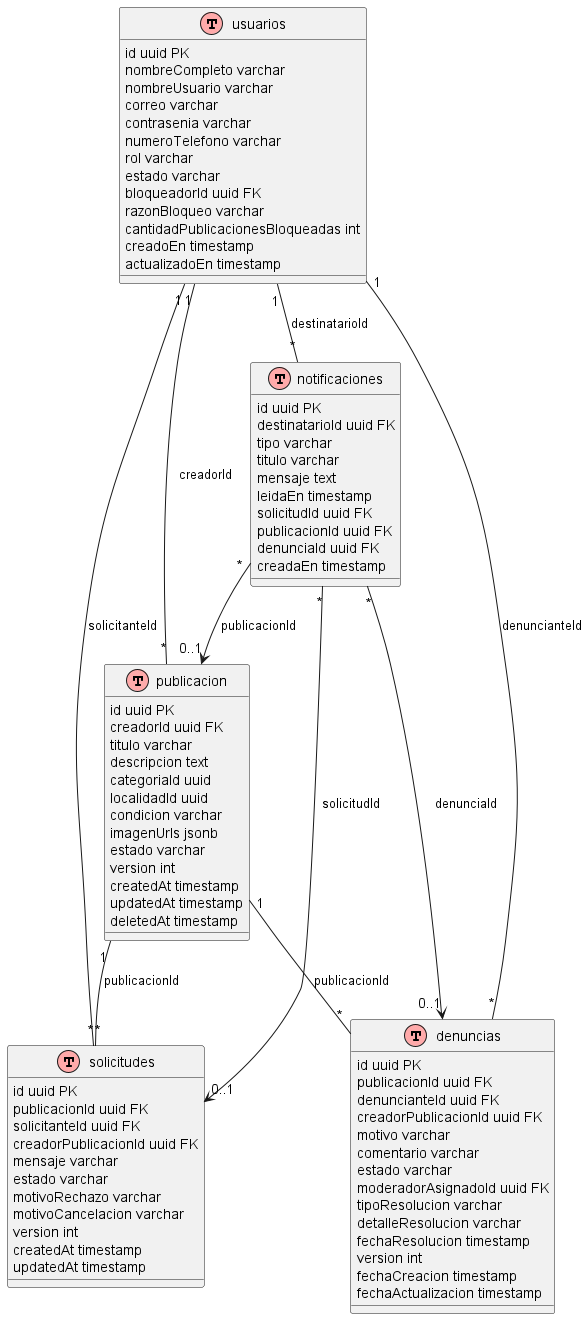
Earlier version of the PlantUML export documentacion/der_base_datos.png (FrancoLuduena-dev/Pagina-web-de-donaciones). Source of this version:
```plantuml
@startuml
!define TABLE(x) class x << (T,#FFAAAA) >>

TABLE(usuarios) {
  id uuid PK
  nombreCompleto varchar
  nombreUsuario varchar
  correo varchar
  contrasenia varchar
  numeroTelefono varchar
  rol varchar
  estado varchar
  bloqueadorId uuid FK
  razonBloqueo varchar
  cantidadPublicacionesBloqueadas int
  creadoEn timestamp
  actualizadoEn timestamp
}

TABLE(publicacion) {
  id uuid PK
  creadorId uuid FK
  titulo varchar
  descripcion text
  categoriaId uuid
  localidadId uuid
  condicion varchar
  imagenUrls jsonb
  estado varchar
  version int
  createdAt timestamp
  updatedAt timestamp
  deletedAt timestamp
}

TABLE(solicitudes) {
  id uuid PK
  publicacionId uuid FK
  solicitanteId uuid FK
  creadorPublicacionId uuid FK
  mensaje varchar
  estado varchar
  motivoRechazo varchar
  motivoCancelacion varchar
  version int
  createdAt timestamp
  updatedAt timestamp
}

TABLE(denuncias) {
  id uuid PK
  publicacionId uuid FK
  denuncianteId uuid FK
  creadorPublicacionId uuid FK
  motivo varchar
  comentario varchar
  estado varchar
  moderadorAsignadoId uuid FK
  tipoResolucion varchar
  detalleResolucion varchar
  fechaResolucion timestamp
  version int
  fechaCreacion timestamp
  fechaActualizacion timestamp
}

TABLE(notificaciones) {
  id uuid PK
  destinatarioId uuid FK
  tipo varchar
  titulo varchar
  mensaje text
  leidaEn timestamp
  solicitudId uuid FK
  publicacionId uuid FK
  denunciaId uuid FK
  creadaEn timestamp
}

usuarios "1" -- "*" publicacion : creadorId
publicacion "1" -- "*" solicitudes : publicacionId
publicacion "1" -- "*" denuncias : publicacionId
usuarios "1" -- "*" solicitudes : solicitanteId
usuarios "1" -- "*" denuncias : denuncianteId
usuarios "1" -- "*" notificaciones : destinatarioId
notificaciones "*" --> "0..1" solicitudes : solicitudId
notificaciones "*" --> "0..1" publicacion : publicacionId
notificaciones "*" --> "0..1" denuncias : denunciaId

@enduml
```
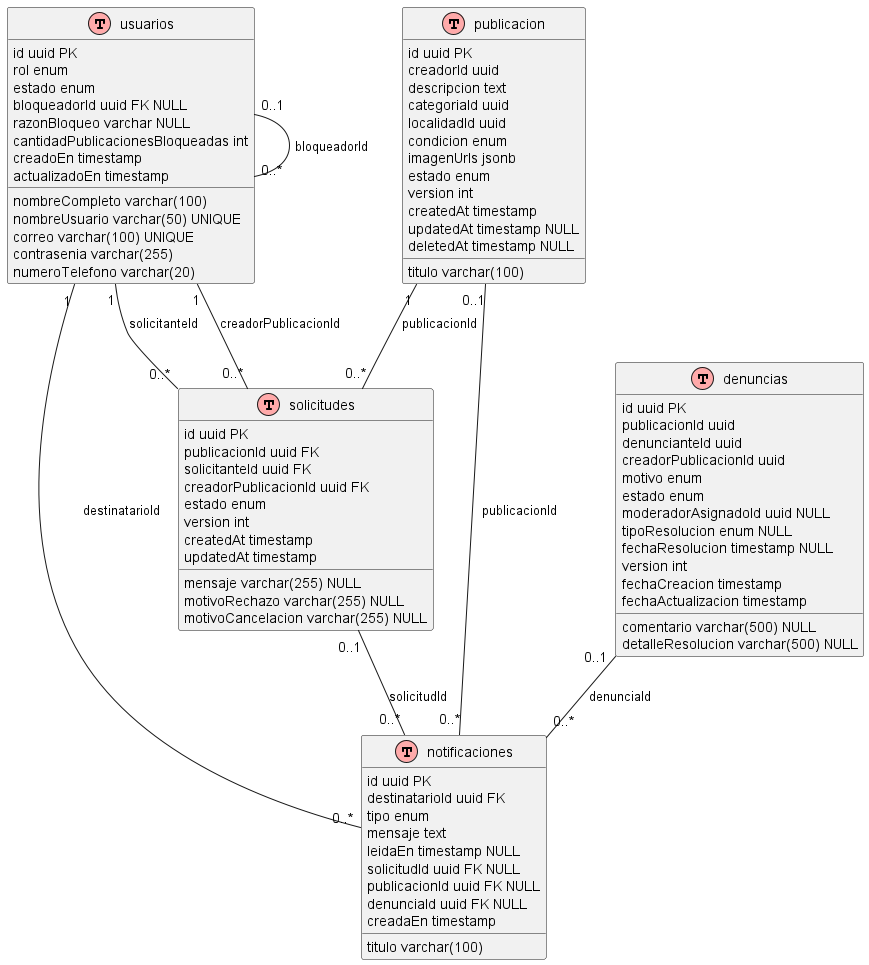
The same file after the commit.

Diff of the diagram source:
```diff
@@ -3,15 +3,15 @@
 
 TABLE(usuarios) {
   id uuid PK
-  nombreCompleto varchar
-  nombreUsuario varchar
-  correo varchar
-  contrasenia varchar
-  numeroTelefono varchar
-  rol varchar
-  estado varchar
-  bloqueadorId uuid FK
-  razonBloqueo varchar
+  nombreCompleto varchar(100)
+  nombreUsuario varchar(50) UNIQUE
+  correo varchar(100) UNIQUE
+  contrasenia varchar(255)
+  numeroTelefono varchar(20)
+  rol enum
+  estado enum
+  bloqueadorId uuid FK NULL
+  razonBloqueo varchar NULL
   cantidadPublicacionesBloqueadas int
   creadoEn timestamp
   actualizadoEn timestamp
@@ -19,18 +19,18 @@
 
 TABLE(publicacion) {
   id uuid PK
-  creadorId uuid FK
-  titulo varchar
+  creadorId uuid
+  titulo varchar(100)
   descripcion text
   categoriaId uuid
   localidadId uuid
-  condicion varchar
+  condicion enum
   imagenUrls jsonb
-  estado varchar
+  estado enum
   version int
   createdAt timestamp
-  updatedAt timestamp
-  deletedAt timestamp
+  updatedAt timestamp NULL
+  deletedAt timestamp NULL
 }
 
 TABLE(solicitudes) {
@@ -38,10 +38,10 @@
   publicacionId uuid FK
   solicitanteId uuid FK
   creadorPublicacionId uuid FK
-  mensaje varchar
-  estado varchar
-  motivoRechazo varchar
-  motivoCancelacion varchar
+  mensaje varchar(255) NULL
+  estado enum
+  motivoRechazo varchar(255) NULL
+  motivoCancelacion varchar(255) NULL
   version int
   createdAt timestamp
   updatedAt timestamp
@@ -49,16 +49,16 @@
 
 TABLE(denuncias) {
   id uuid PK
-  publicacionId uuid FK
-  denuncianteId uuid FK
-  creadorPublicacionId uuid FK
-  motivo varchar
-  comentario varchar
-  estado varchar
-  moderadorAsignadoId uuid FK
-  tipoResolucion varchar
-  detalleResolucion varchar
-  fechaResolucion timestamp
+  publicacionId uuid
+  denuncianteId uuid
+  creadorPublicacionId uuid
+  motivo enum
+  comentario varchar(500) NULL
+  estado enum
+  moderadorAsignadoId uuid NULL
+  tipoResolucion enum NULL
+  detalleResolucion varchar(500) NULL
+  fechaResolucion timestamp NULL
   version int
   fechaCreacion timestamp
   fechaActualizacion timestamp
@@ -67,24 +67,26 @@
 TABLE(notificaciones) {
   id uuid PK
   destinatarioId uuid FK
-  tipo varchar
-  titulo varchar
+  tipo enum
+  titulo varchar(100)
   mensaje text
-  leidaEn timestamp
-  solicitudId uuid FK
-  publicacionId uuid FK
-  denunciaId uuid FK
+  leidaEn timestamp NULL
+  solicitudId uuid FK NULL
+  publicacionId uuid FK NULL
+  denunciaId uuid FK NULL
   creadaEn timestamp
 }
 
-usuarios "1" -- "*" publicacion : creadorId
-publicacion "1" -- "*" solicitudes : publicacionId
-publicacion "1" -- "*" denuncias : publicacionId
-usuarios "1" -- "*" solicitudes : solicitanteId
-usuarios "1" -- "*" denuncias : denuncianteId
-usuarios "1" -- "*" notificaciones : destinatarioId
-notificaciones "*" --> "0..1" solicitudes : solicitudId
-notificaciones "*" --> "0..1" publicacion : publicacionId
-notificaciones "*" --> "0..1" denuncias : denunciaId
+usuarios "0..1" -- "0..*" usuarios : bloqueadorId
+
+publicacion "1" -- "0..*" solicitudes : publicacionId
+usuarios "1" -- "0..*" solicitudes : solicitanteId
+usuarios "1" -- "0..*" solicitudes : creadorPublicacionId
+
+usuarios "1" -- "0..*" notificaciones : destinatarioId
+solicitudes "0..1" -- "0..*" notificaciones : solicitudId
+publicacion "0..1" -- "0..*" notificaciones : publicacionId
+denuncias "0..1" -- "0..*" notificaciones : denunciaId
+
 
 @enduml
```
